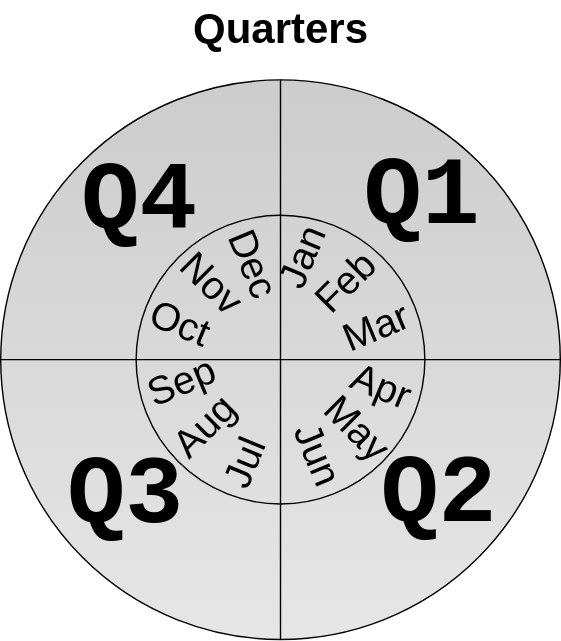
The draw.io diagram images/quarters.svg in vackosar/vackosar.github.io, before a commit. Source tidied: cells renumbered, new cells last; positions are measured from the earlier drawing's top-left corner, leaving out a move shared by most shapes. Its diagram source:
```xml
<mxGraphModel background="#ffffff">
  <root>
    <mxCell id="0" />
    <mxCell id="1" parent="0" />
    <mxCell id="2" value="Quarters" style="text;spacingTop=-5;align=center;verticalAlign=middle;fontSize=30;fontStyle=1;html=1;" parent="1" vertex="1">
      <mxGeometry x="56.2" width="287.5" height="45.5" as="geometry" />
    </mxCell>
    <mxCell id="3" style="shape=orEllipse;perimeter=ellipsePerimeter;whiteSpace=wrap;html=1;backgroundOutline=1;fillColor=#CCCCCC;strokeColor=#000000;gradientColor=#E6E6E6;" parent="1" vertex="1">
      <mxGeometry y="56.5" width="400" height="400" as="geometry" />
    </mxCell>
    <mxCell id="4" value="&lt;font style=&quot;font-size: 69px&quot; face=&quot;Courier New&quot;&gt;&lt;b&gt;Q1&lt;/b&gt;&lt;/font&gt;" style="text;html=1;strokeColor=none;fillColor=none;align=center;verticalAlign=middle;whiteSpace=wrap;rounded=0;" parent="1" vertex="1">
      <mxGeometry x="257.6" y="106" width="87" height="70" as="geometry" />
    </mxCell>
    <mxCell id="5" value="&lt;font style=&quot;font-size: 69px&quot; face=&quot;Courier New&quot;&gt;&lt;b&gt;Q2&lt;/b&gt;&lt;/font&gt;" style="text;html=1;strokeColor=none;fillColor=none;align=center;verticalAlign=middle;whiteSpace=wrap;rounded=0;" parent="1" vertex="1">
      <mxGeometry x="270" y="318.9" width="87" height="70" as="geometry" />
    </mxCell>
    <mxCell id="6" value="&lt;font style=&quot;font-size: 69px&quot; face=&quot;Courier New&quot;&gt;&lt;b&gt;Q3&lt;/b&gt;&lt;/font&gt;" style="text;html=1;strokeColor=none;fillColor=none;align=center;verticalAlign=middle;whiteSpace=wrap;rounded=0;" parent="1" vertex="1">
      <mxGeometry x="46" y="320" width="87" height="70" as="geometry" />
    </mxCell>
    <mxCell id="7" value="&lt;font style=&quot;font-size: 69px&quot; face=&quot;Courier New&quot;&gt;&lt;b&gt;Q4&lt;/b&gt;&lt;/font&gt;" style="text;html=1;strokeColor=none;fillColor=none;align=center;verticalAlign=middle;whiteSpace=wrap;rounded=0;" parent="1" vertex="1">
      <mxGeometry x="56.2" y="110" width="87" height="70" as="geometry" />
    </mxCell>
    <mxCell id="8" style="ellipse;whiteSpace=wrap;html=1;fillColor=none;" parent="1" vertex="1">
      <mxGeometry x="96.8" y="153.3" width="206.4" height="206.4" as="geometry" />
    </mxCell>
    <mxCell id="9" value="&lt;font style=&quot;font-size: 28px&quot;&gt;Jan&lt;/font&gt;" style="text;html=1;strokeColor=none;fillColor=none;align=center;verticalAlign=middle;whiteSpace=wrap;rounded=0;rotation=292.5;" parent="1" vertex="1">
      <mxGeometry x="192" y="168" width="47" height="30" as="geometry" />
    </mxCell>
    <mxCell id="10" value="&lt;font style=&quot;font-size: 28px&quot;&gt;Feb&lt;/font&gt;" style="text;html=1;strokeColor=none;fillColor=none;align=center;verticalAlign=middle;whiteSpace=wrap;rounded=0;rotation=315;" parent="1" vertex="1">
      <mxGeometry x="223" y="186" width="47" height="30" as="geometry" />
    </mxCell>
    <mxCell id="11" value="&lt;font style=&quot;font-size: 28px&quot;&gt;Mar&lt;/font&gt;" style="text;html=1;strokeColor=none;fillColor=none;align=center;verticalAlign=middle;whiteSpace=wrap;rounded=0;rotation=337.5;" parent="1" vertex="1">
      <mxGeometry x="245" y="218" width="47" height="30" as="geometry" />
    </mxCell>
    <mxCell id="12" value="&lt;br&gt;&lt;font style=&quot;font-size: 28px&quot;&gt;Apr&lt;/font&gt;" style="text;html=1;strokeColor=none;fillColor=none;align=center;verticalAlign=middle;whiteSpace=wrap;rounded=0;rotation=22.5;" parent="1" vertex="1">
      <mxGeometry x="252.1" y="258.6" width="47" height="20" as="geometry" />
    </mxCell>
    <mxCell id="13" value="&lt;br&gt;&lt;div&gt;&lt;font style=&quot;font-size: 28px&quot;&gt;May&lt;/font&gt;&lt;/div&gt;" style="text;html=1;strokeColor=none;fillColor=none;align=center;verticalAlign=middle;whiteSpace=wrap;rounded=0;rotation=45;" parent="1" vertex="1">
      <mxGeometry x="237.4" y="295.3" width="47" height="11" as="geometry" />
    </mxCell>
    <mxCell id="14" value="&lt;br&gt;&lt;div&gt;&lt;font style=&quot;font-size: 28px&quot;&gt;Jun&lt;/font&gt;&lt;/div&gt;" style="text;html=1;strokeColor=none;fillColor=none;align=center;verticalAlign=middle;whiteSpace=wrap;rounded=0;rotation=67.5;" parent="1" vertex="1">
      <mxGeometry x="210.6" y="312.2" width="47" height="18.7" as="geometry" />
    </mxCell>
    <mxCell id="15" value="&lt;font style=&quot;font-size: 28px&quot;&gt;Sep&lt;/font&gt;" style="text;html=1;strokeColor=none;fillColor=none;align=center;verticalAlign=middle;whiteSpace=wrap;rounded=0;rotation=337.5;" parent="1" vertex="1">
      <mxGeometry x="106" y="257.3" width="47" height="30" as="geometry" />
    </mxCell>
    <mxCell id="16" value="&lt;font style=&quot;font-size: 28px&quot;&gt;Jul&lt;/font&gt;" style="text;html=1;strokeColor=none;fillColor=none;align=center;verticalAlign=middle;whiteSpace=wrap;rounded=0;rotation=292.5;" parent="1" vertex="1">
      <mxGeometry x="151" y="315.2" width="47" height="30" as="geometry" />
    </mxCell>
    <mxCell id="17" value="&lt;font style=&quot;font-size: 28px&quot;&gt;Aug&lt;/font&gt;" style="text;html=1;strokeColor=none;fillColor=none;align=center;verticalAlign=middle;whiteSpace=wrap;rounded=0;rotation=315;" parent="1" vertex="1">
      <mxGeometry x="122" y="288.9" width="47" height="30" as="geometry" />
    </mxCell>
    <mxCell id="18" value="&lt;br&gt;&lt;font style=&quot;font-size: 28px&quot;&gt;Oct&lt;/font&gt;" style="text;html=1;strokeColor=none;fillColor=none;align=center;verticalAlign=middle;whiteSpace=wrap;rounded=0;rotation=22.5;" parent="1" vertex="1">
      <mxGeometry x="108" y="214" width="47" height="20" as="geometry" />
    </mxCell>
    <mxCell id="19" value="&lt;br&gt;&lt;div&gt;&lt;font style=&quot;font-size: 28px&quot;&gt;Dec&lt;/font&gt;&lt;/div&gt;" style="text;html=1;strokeColor=none;fillColor=none;align=center;verticalAlign=middle;whiteSpace=wrap;rounded=0;rotation=67.5;" parent="1" vertex="1">
      <mxGeometry x="163.6" y="176" width="47" height="18.7" as="geometry" />
    </mxCell>
    <mxCell id="20" value="&lt;br&gt;&lt;div&gt;&lt;font style=&quot;font-size: 28px&quot;&gt;Nov&lt;/font&gt;&lt;/div&gt;" style="text;html=1;strokeColor=none;fillColor=none;align=center;verticalAlign=middle;whiteSpace=wrap;rounded=0;rotation=45;" parent="1" vertex="1">
      <mxGeometry x="133" y="191.5" width="47" height="11" as="geometry" />
    </mxCell>
  </root>
</mxGraphModel>
```
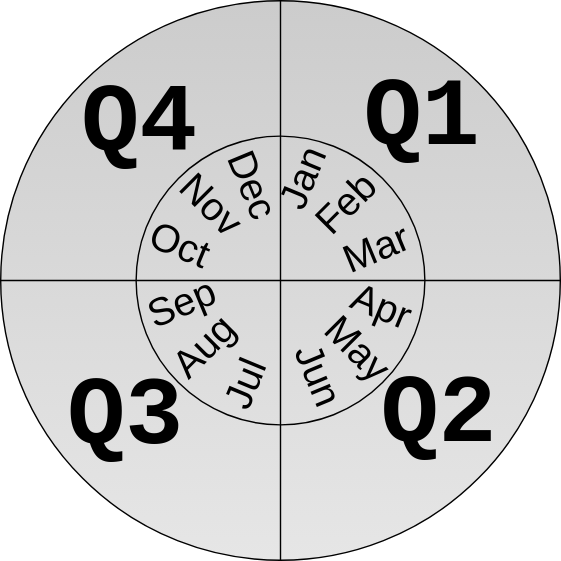
The same diagram one commit later.

What changed in the source:
```diff
@@ -2,12 +2,9 @@
   <root>
     <mxCell id="0" />
     <mxCell id="1" parent="0" />
-    <mxCell id="2" value="Quarters" style="text;spacingTop=-5;align=center;verticalAlign=middle;fontSize=30;fontStyle=1;html=1;" parent="1" vertex="1">
-      <mxGeometry x="56.2" width="287.5" height="45.5" as="geometry" />
-    </mxCell>
-    <mxCell id="3" style="shape=orEllipse;perimeter=ellipsePerimeter;whiteSpace=wrap;html=1;backgroundOutline=1;fillColor=#CCCCCC;strokeColor=#000000;gradientColor=#E6E6E6;" parent="1" vertex="1">
-      <mxGeometry y="56.5" width="400" height="400" as="geometry" />
-    </mxCell>
+    <mxCell id="21" style="shape=orEllipse;perimeter=ellipsePerimeter;whiteSpace=wrap;html=1;backgroundOutline=1;fillColor=#CCCCCC;strokeColor=#000000;gradientColor=#E6E6E6;" parent="1" vertex="1">
+      <mxGeometry y="56.5" width="400" height="400" as="geometry" />
+    </mxCell>
     <mxCell id="4" value="&lt;font style=&quot;font-size: 69px&quot; face=&quot;Courier New&quot;&gt;&lt;b&gt;Q1&lt;/b&gt;&lt;/font&gt;" style="text;html=1;strokeColor=none;fillColor=none;align=center;verticalAlign=middle;whiteSpace=wrap;rounded=0;" parent="1" vertex="1">
       <mxGeometry x="257.6" y="106" width="87" height="70" as="geometry" />
     </mxCell>
@@ -20,9 +17,9 @@
     <mxCell id="7" value="&lt;font style=&quot;font-size: 69px&quot; face=&quot;Courier New&quot;&gt;&lt;b&gt;Q4&lt;/b&gt;&lt;/font&gt;" style="text;html=1;strokeColor=none;fillColor=none;align=center;verticalAlign=middle;whiteSpace=wrap;rounded=0;" parent="1" vertex="1">
       <mxGeometry x="56.2" y="110" width="87" height="70" as="geometry" />
     </mxCell>
-    <mxCell id="8" style="ellipse;whiteSpace=wrap;html=1;fillColor=none;" parent="1" vertex="1">
-      <mxGeometry x="96.8" y="153.3" width="206.4" height="206.4" as="geometry" />
-    </mxCell>
+    <mxCell id="22" style="ellipse;whiteSpace=wrap;html=1;fillColor=none;" parent="1" vertex="1">
+      <mxGeometry x="96.8" y="153.3" width="206.4" height="206.4" as="geometry" />
+    </mxCell>
     <mxCell id="9" value="&lt;font style=&quot;font-size: 28px&quot;&gt;Jan&lt;/font&gt;" style="text;html=1;strokeColor=none;fillColor=none;align=center;verticalAlign=middle;whiteSpace=wrap;rounded=0;rotation=292.5;" parent="1" vertex="1">
       <mxGeometry x="192" y="168" width="47" height="30" as="geometry" />
     </mxCell>
```
